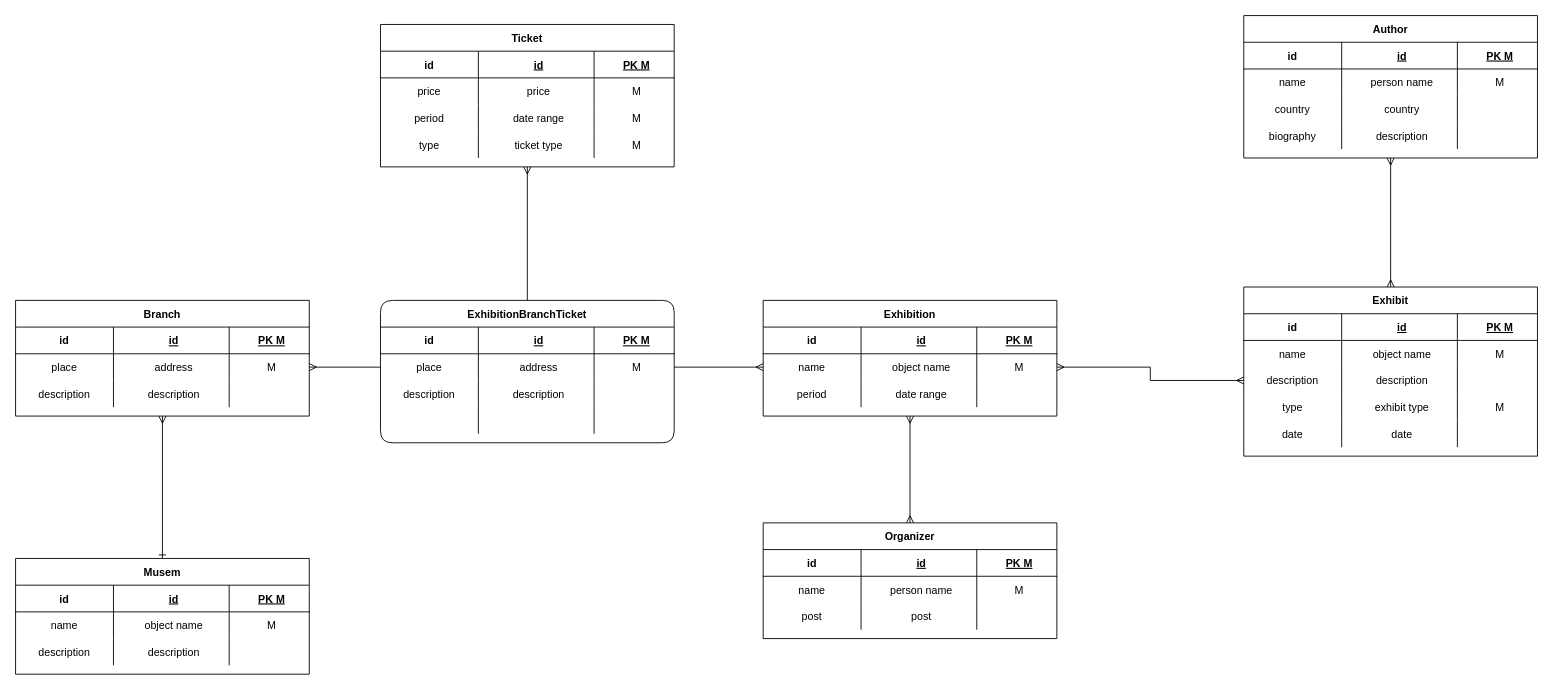
Before: Musem.drawio in sergalb/db-musem-project, a draw.io diagram. Source tidied: cells renumbered, new cells numbered last; positions are measured from the earlier drawing's top-left corner, leaving out a move shared by most shapes. Both pictures are drawn from the tidied source at 89%, with x=0, y=0 at pixel (15, 15).
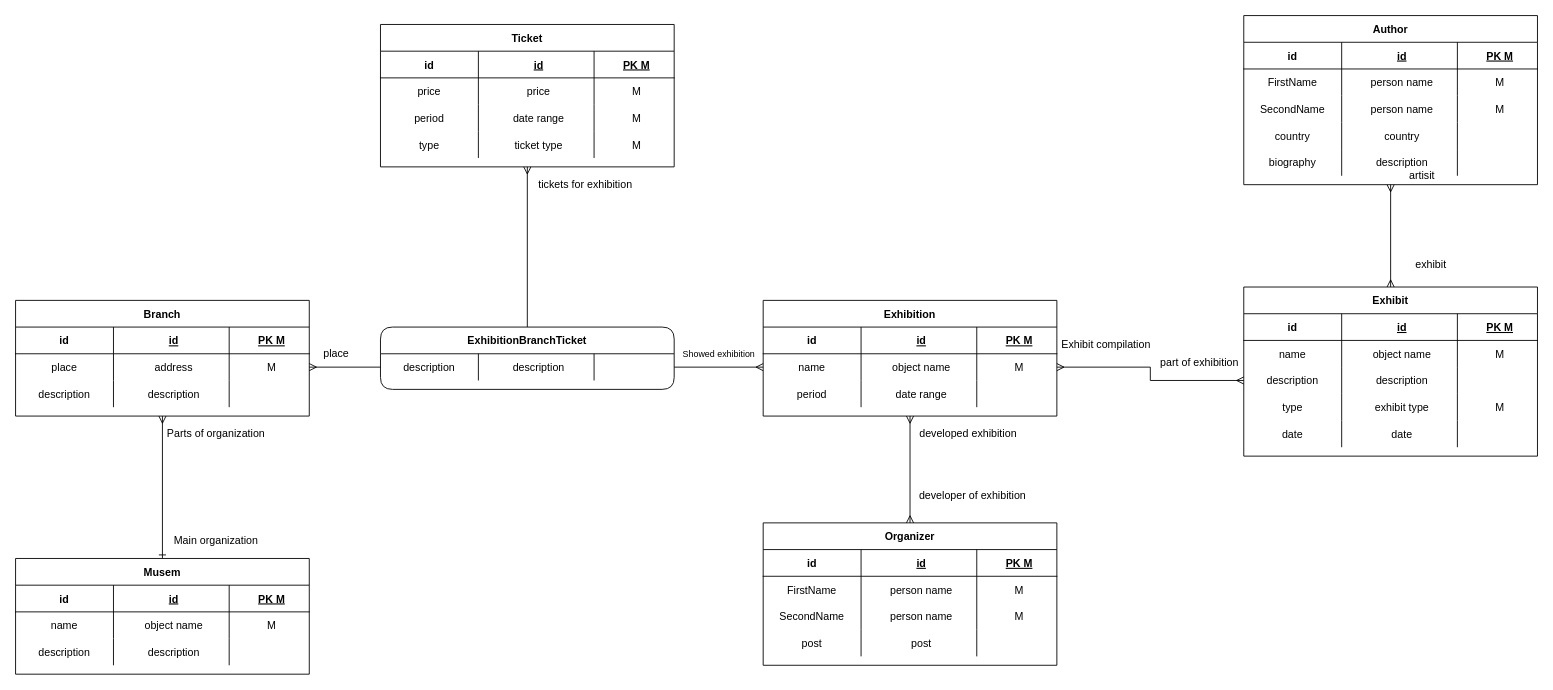
After the change.

The change refers to these unchanged cells:
```xml
<mxCell id="21" style="shape=partialRectangle;fillColor=none;top=0;left=0;bottom=0;right=0;points=[[0,0.5],[1,0.5]];portConstraint=eastwest;align=center;" parent="16" vertex="1">
  <mxGeometry y="60" width="330" height="30" as="geometry" />
</mxCell>
<mxCell id="56" style="shape=partialRectangle;fillColor=none;top=0;left=0;bottom=0;right=0;align=center;" parent="51" vertex="1">
  <mxGeometry y="60" width="330" height="30" as="geometry" />
</mxCell>
<mxCell id="73" style="shape=partialRectangle;fillColor=none;top=0;left=0;bottom=0;right=0;align=center;" parent="68" vertex="1">
  <mxGeometry y="60" width="330" height="30" as="geometry" />
</mxCell>
<mxCell id="87" style="shape=partialRectangle;fillColor=none;top=0;left=0;bottom=0;right=0;points=[[0,0.5],[1,0.5]];portConstraint=eastwest;align=center;" parent="82" vertex="1">
  <mxGeometry y="60" width="330" height="30" as="geometry" />
</mxCell>
```

Diff of the diagram source:
```diff
@@
     <mxCell id="51" value="Author" style="shape=table;startSize=30;childLayout=tableLayout;rowLines=0;fontStyle=1;align=center;" parent="1" vertex="1">
-      <mxGeometry x="1380" width="330" height="160" as="geometry" />
+      <mxGeometry x="1380" width="330" height="190" as="geometry" />
     </mxCell>
@@
-    <mxCell id="57" value="name" style="shape=partialRectangle;fillColor=none;top=0;left=0;bottom=0;right=0;overflow=hidden;align=center;" parent="56" vertex="1">
+    <mxCell id="57" value="FirstName" style="shape=partialRectangle;fillColor=none;top=0;left=0;bottom=0;right=0;overflow=hidden;align=center;" parent="56" vertex="1">
       <mxGeometry width="110" height="30" as="geometry" />
     </mxCell>
@@
+    <mxCell id="133" style="shape=partialRectangle;fillColor=none;top=0;left=0;bottom=0;right=0;align=center;" parent="51" vertex="1">
+      <mxGeometry y="90" width="330" height="30" as="geometry" />
+    </mxCell>
+    <mxCell id="134" value="SecondName" style="shape=partialRectangle;fillColor=none;top=0;left=0;bottom=0;right=0;overflow=hidden;align=center;" parent="133" vertex="1">
+      <mxGeometry width="110" height="30" as="geometry" />
+    </mxCell>
+    <mxCell id="135" value="person name" style="shape=partialRectangle;fillColor=none;top=0;left=0;bottom=0;right=0;align=center;spacingLeft=6;overflow=hidden;" parent="133" vertex="1">
+      <mxGeometry x="110" width="130" height="30" as="geometry" />
+    </mxCell>
+    <mxCell id="136" value="M" style="shape=partialRectangle;fillColor=none;top=0;left=0;bottom=0;right=0;align=center;spacingLeft=6;overflow=hidden;" parent="133" vertex="1">
+      <mxGeometry x="240" width="90" height="30" as="geometry" />
+    </mxCell>
     <mxCell id="60" style="shape=partialRectangle;fillColor=none;top=0;left=0;bottom=0;right=0;align=center;" parent="51" vertex="1">
-      <mxGeometry y="90" width="330" height="30" as="geometry" />
+      <mxGeometry y="120" width="330" height="30" as="geometry" />
     </mxCell>
@@
     <mxCell id="64" style="shape=partialRectangle;fillColor=none;top=0;left=0;bottom=0;right=0;align=center;" parent="51" vertex="1">
-      <mxGeometry y="120" width="330" height="30" as="geometry" />
+      <mxGeometry y="150" width="330" height="30" as="geometry" />
     </mxCell>
@@
     <mxCell id="68" value="Organizer" style="shape=table;startSize=30;childLayout=tableLayout;rowLines=0;fontStyle=1;align=center;" parent="1" vertex="1">
-      <mxGeometry x="840" y="570" width="330" height="130" as="geometry" />
+      <mxGeometry x="840" y="570" width="330" height="160" as="geometry" />
     </mxCell>
@@
-    <mxCell id="74" value="name" style="shape=partialRectangle;fillColor=none;top=0;left=0;bottom=0;right=0;overflow=hidden;align=center;" parent="73" vertex="1">
+    <mxCell id="74" value="FirstName" style="shape=partialRectangle;fillColor=none;top=0;left=0;bottom=0;right=0;overflow=hidden;align=center;" parent="73" vertex="1">
       <mxGeometry width="110" height="30" as="geometry" />
     </mxCell>
@@
+    <mxCell id="137" style="shape=partialRectangle;fillColor=none;top=0;left=0;bottom=0;right=0;align=center;" parent="68" vertex="1">
+      <mxGeometry y="90" width="330" height="30" as="geometry" />
+    </mxCell>
+    <mxCell id="138" value="SecondName" style="shape=partialRectangle;fillColor=none;top=0;left=0;bottom=0;right=0;overflow=hidden;align=center;" parent="137" vertex="1">
+      <mxGeometry width="110" height="30" as="geometry" />
+    </mxCell>
+    <mxCell id="139" value="person name" style="shape=partialRectangle;fillColor=none;top=0;left=0;bottom=0;right=0;align=center;spacingLeft=6;overflow=hidden;" parent="137" vertex="1">
+      <mxGeometry x="110" width="130" height="30" as="geometry" />
+    </mxCell>
+    <mxCell id="140" value="M" style="shape=partialRectangle;fillColor=none;top=0;left=0;bottom=0;right=0;align=center;spacingLeft=6;overflow=hidden;" parent="137" vertex="1">
+      <mxGeometry x="240" width="90" height="30" as="geometry" />
+    </mxCell>
     <mxCell id="77" style="shape=partialRectangle;fillColor=none;top=0;left=0;bottom=0;right=0;align=center;" parent="68" vertex="1">
-      <mxGeometry y="90" width="330" height="30" as="geometry" />
+      <mxGeometry y="120" width="330" height="30" as="geometry" />
     </mxCell>
@@
     <mxCell id="114" value="ExhibitionBranchTicket" style="shape=table;startSize=30;childLayout=tableLayout;rowLines=0;fontStyle=1;align=center;rounded=1;" parent="1" vertex="1">
-      <mxGeometry x="410" y="320" width="330" height="160" as="geometry" />
+      <mxGeometry x="410" y="350" width="330" height="70" as="geometry" />
     </mxCell>
-    <mxCell id="115" style="shape=partialRectangle;fillColor=none;top=0;left=0;bottom=1;right=0;align=center;" parent="114" vertex="1">
-      <mxGeometry y="30" width="330" height="30" as="geometry" />
-    </mxCell>
-    <mxCell id="116" value="id" style="shape=partialRectangle;fillColor=none;top=0;left=0;bottom=0;right=0;fontStyle=1;overflow=hidden;align=center;" parent="115" vertex="1">
-      <mxGeometry width="110" height="30" as="geometry" />
-    </mxCell>
-    <mxCell id="117" value="id" style="shape=partialRectangle;fillColor=none;top=0;left=0;bottom=0;right=0;align=center;spacingLeft=6;fontStyle=5;overflow=hidden;" parent="115" vertex="1">
-      <mxGeometry x="110" width="130" height="30" as="geometry" />
-    </mxCell>
-    <mxCell id="118" value="PK M" style="shape=partialRectangle;fillColor=none;top=0;left=0;bottom=0;right=0;align=center;spacingLeft=6;fontStyle=5;overflow=hidden;" parent="115" vertex="1">
-      <mxGeometry x="240" width="90" height="30" as="geometry" />
-    </mxCell>
-    <mxCell id="119" style="shape=partialRectangle;fillColor=none;top=0;left=0;bottom=0;right=0;points=[[0,0.5],[1,0.5]];portConstraint=eastwest;align=center;" parent="114" vertex="1">
-      <mxGeometry y="60" width="330" height="30" as="geometry" />
-    </mxCell>
-    <mxCell id="120" value="place" style="shape=partialRectangle;fillColor=none;top=0;left=0;bottom=0;right=0;overflow=hidden;align=center;" parent="119" vertex="1">
-      <mxGeometry width="110" height="30" as="geometry" />
-    </mxCell>
-    <mxCell id="121" value="address" style="shape=partialRectangle;fillColor=none;top=0;left=0;bottom=0;right=0;align=center;spacingLeft=6;overflow=hidden;" parent="119" vertex="1">
-      <mxGeometry x="110" width="130" height="30" as="geometry" />
-    </mxCell>
-    <mxCell id="122" value="M" style="shape=partialRectangle;fillColor=none;top=0;left=0;bottom=0;right=0;align=center;spacingLeft=6;overflow=hidden;" parent="119" vertex="1">
-      <mxGeometry x="240" width="90" height="30" as="geometry" />
-    </mxCell>
     <mxCell id="123" style="shape=partialRectangle;fillColor=none;top=0;left=0;bottom=0;right=0;points=[[0,0.5],[1,0.5]];portConstraint=eastwest;align=center;" parent="114" vertex="1">
-      <mxGeometry y="90" width="330" height="30" as="geometry" />
+      <mxGeometry y="30" width="330" height="30" as="geometry" />
     </mxCell>
@@
-    <mxCell id="127" style="shape=partialRectangle;fillColor=none;top=0;left=0;bottom=0;right=0;align=center;" parent="114" vertex="1">
-      <mxGeometry y="120" width="330" height="30" as="geometry" />
-    </mxCell>
-    <mxCell id="128" style="shape=partialRectangle;fillColor=none;top=0;left=0;bottom=0;right=0;overflow=hidden;align=center;" parent="127" vertex="1">
-      <mxGeometry width="110" height="30" as="geometry" />
-    </mxCell>
-    <mxCell id="129" style="shape=partialRectangle;fillColor=none;top=0;left=0;bottom=0;right=0;align=center;spacingLeft=6;overflow=hidden;" parent="127" vertex="1">
-      <mxGeometry x="110" width="130" height="30" as="geometry" />
-    </mxCell>
-    <mxCell id="130" style="shape=partialRectangle;fillColor=none;top=0;left=0;bottom=0;right=0;align=center;spacingLeft=6;overflow=hidden;" parent="127" vertex="1">
-      <mxGeometry x="240" width="90" height="30" as="geometry" />
-    </mxCell>
-    <mxCell id="131" style="edgeStyle=orthogonalEdgeStyle;rounded=0;jettySize=auto;html=1;exitX=1;exitY=0.5;exitDx=0;exitDy=0;entryX=0;entryY=0.5;entryDx=0;entryDy=0;startArrow=ERmany;startFill=0;endArrow=none;endFill=0;" parent="1" edge="1" source="21" target="119">
+    <mxCell id="131" style="edgeStyle=orthogonalEdgeStyle;rounded=0;jettySize=auto;html=1;exitX=1;exitY=0.5;exitDx=0;exitDy=0;entryX=0;entryY=0.5;entryDx=0;entryDy=0;startArrow=ERmany;startFill=0;endArrow=none;endFill=0;" parent="1" edge="1" source="21" target="123">
       <mxGeometry relative="1" as="geometry" />
     </mxCell>
-    <mxCell id="132" style="edgeStyle=orthogonalEdgeStyle;rounded=0;jettySize=auto;html=1;exitX=1;exitY=0.5;exitDx=0;exitDy=0;entryX=0;entryY=0.5;entryDx=0;entryDy=0;startArrow=none;startFill=0;endArrow=ERmany;endFill=0;" parent="1" edge="1" source="119" target="87">
+    <mxCell id="132" style="edgeStyle=orthogonalEdgeStyle;rounded=0;jettySize=auto;html=1;exitX=1;exitY=0.5;exitDx=0;exitDy=0;entryX=0;entryY=0.5;entryDx=0;entryDy=0;startArrow=none;startFill=0;endArrow=ERmany;endFill=0;" parent="1" edge="1" source="123" target="87">
       <mxGeometry relative="1" as="geometry" />
     </mxCell>
+    <mxCell id="141" value="Main organization" style="text;html=1;align=center;verticalAlign=middle;fillColor=none;strokeColor=none;rounded=0;" parent="1" vertex="1">
+      <mxGeometry x="170" y="580" width="110" height="20" as="geometry" />
+    </mxCell>
+    <mxCell id="142" value="Parts of organization" style="text;html=1;align=center;verticalAlign=middle;fillColor=none;strokeColor=none;rounded=0;" parent="1" vertex="1">
+      <mxGeometry x="165" y="460" width="120" height="20" as="geometry" />
+    </mxCell>
+    <mxCell id="120" value="place" style="text;html=1;align=center;verticalAlign=middle;fillColor=none;strokeColor=none;rounded=0;" parent="1" vertex="1">
+      <mxGeometry x="340" y="370" width="40" height="20" as="geometry" />
+    </mxCell>
+    <mxCell id="143" value="&lt;font style=&quot;font-size: 10px&quot;&gt;Showed exhibition&lt;/font&gt;" style="text;html=1;align=center;verticalAlign=middle;fillColor=none;strokeColor=none;rounded=0;" parent="1" vertex="1">
+      <mxGeometry x="740" y="370" width="100" height="20" as="geometry" />
+    </mxCell>
+    <mxCell id="144" value="tickets for exhibition" style="text;html=1;align=center;verticalAlign=middle;" parent="1" vertex="1">
+      <mxGeometry x="580" y="180" width="120" height="20" as="geometry" />
+    </mxCell>
+    <mxCell id="145" value="&lt;div&gt;developed exhibition&lt;/div&gt;" style="text;html=1;align=center;verticalAlign=middle;" parent="1" vertex="1">
+      <mxGeometry x="1010" y="460" width="120" height="20" as="geometry" />
+    </mxCell>
+    <mxCell id="146" value="&lt;div&gt;developer of exhibition&lt;/div&gt;" style="text;html=1;align=center;verticalAlign=middle;" parent="1" vertex="1">
+      <mxGeometry x="1010" y="530" width="130" height="20" as="geometry" />
+    </mxCell>
+    <mxCell id="147" value="part of exhibition" style="text;html=1;align=center;verticalAlign=middle;" parent="1" vertex="1">
+      <mxGeometry x="1280" y="380" width="100" height="20" as="geometry" />
+    </mxCell>
+    <mxCell id="148" value="Exhibit compilation" style="text;html=1;align=center;verticalAlign=middle;" parent="1" vertex="1">
+      <mxGeometry x="1170" y="360" width="110" height="20" as="geometry" />
+    </mxCell>
+    <mxCell id="149" value="&lt;div&gt;exhibit&lt;/div&gt;" style="text;html=1;align=center;verticalAlign=middle;" parent="1" vertex="1">
+      <mxGeometry x="1565" y="270" width="50" height="20" as="geometry" />
+    </mxCell>
+    <mxCell id="150" value="artisit" style="text;html=1;align=center;verticalAlign=middle;" parent="1" vertex="1">
+      <mxGeometry x="1560" y="170" width="40" height="20" as="geometry" />
+    </mxCell>
```
